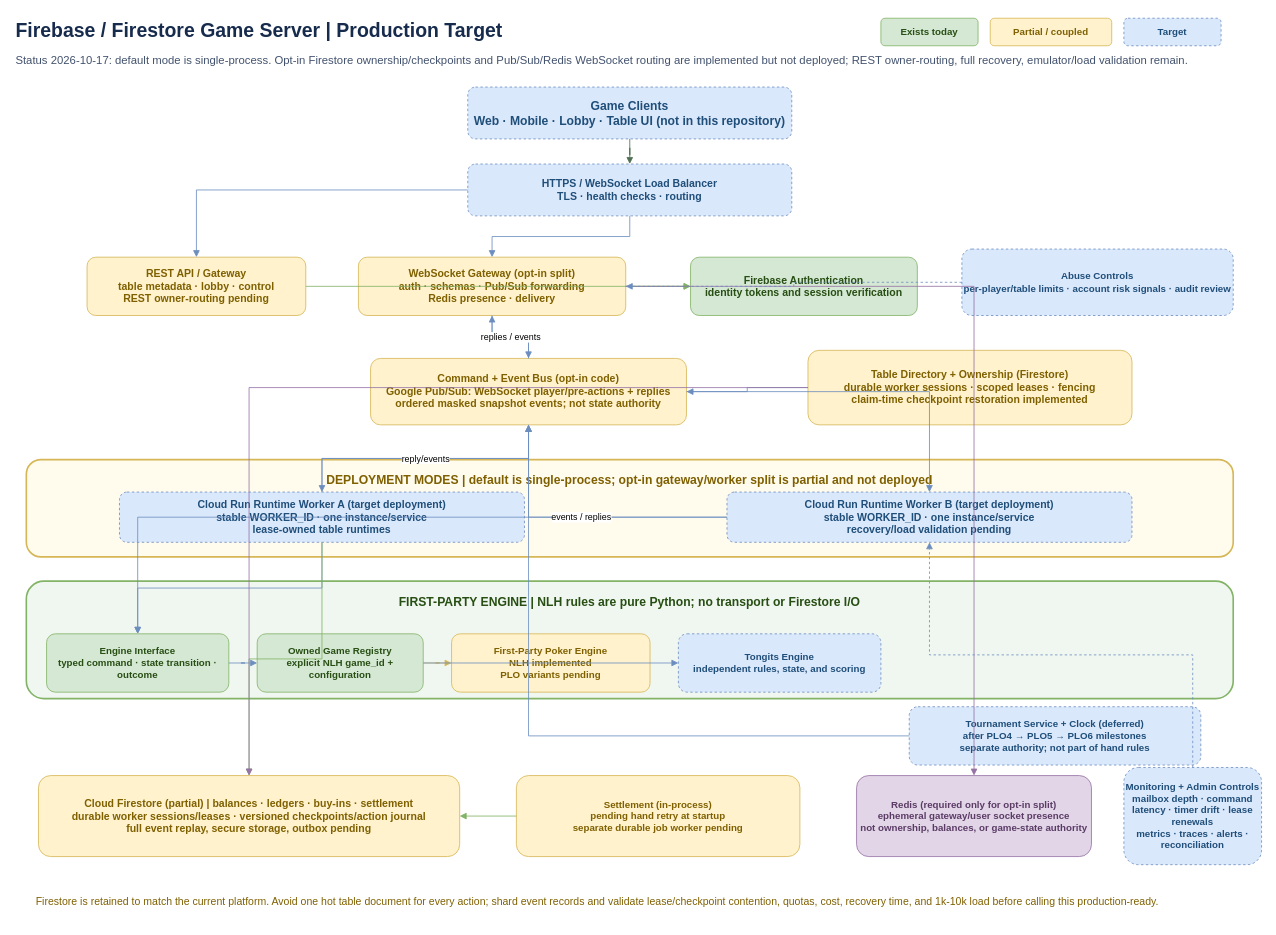
jaspervborcena/cowboysphpokerbackend keeps this draw.io diagram as page "Firebase Production Target" (1 of 2) of GAME_SERVER_FIREBASE_ARCHITECTURE.drawio. Above is the earlier version. Source tidied: cells renumbered, new cells numbered last; positions are measured from the earlier drawing's top-left corner, leaving out a move shared by most shapes. Both pictures are drawn from the tidied source at 81%, with x=0, y=0 at pixel (14, 14).
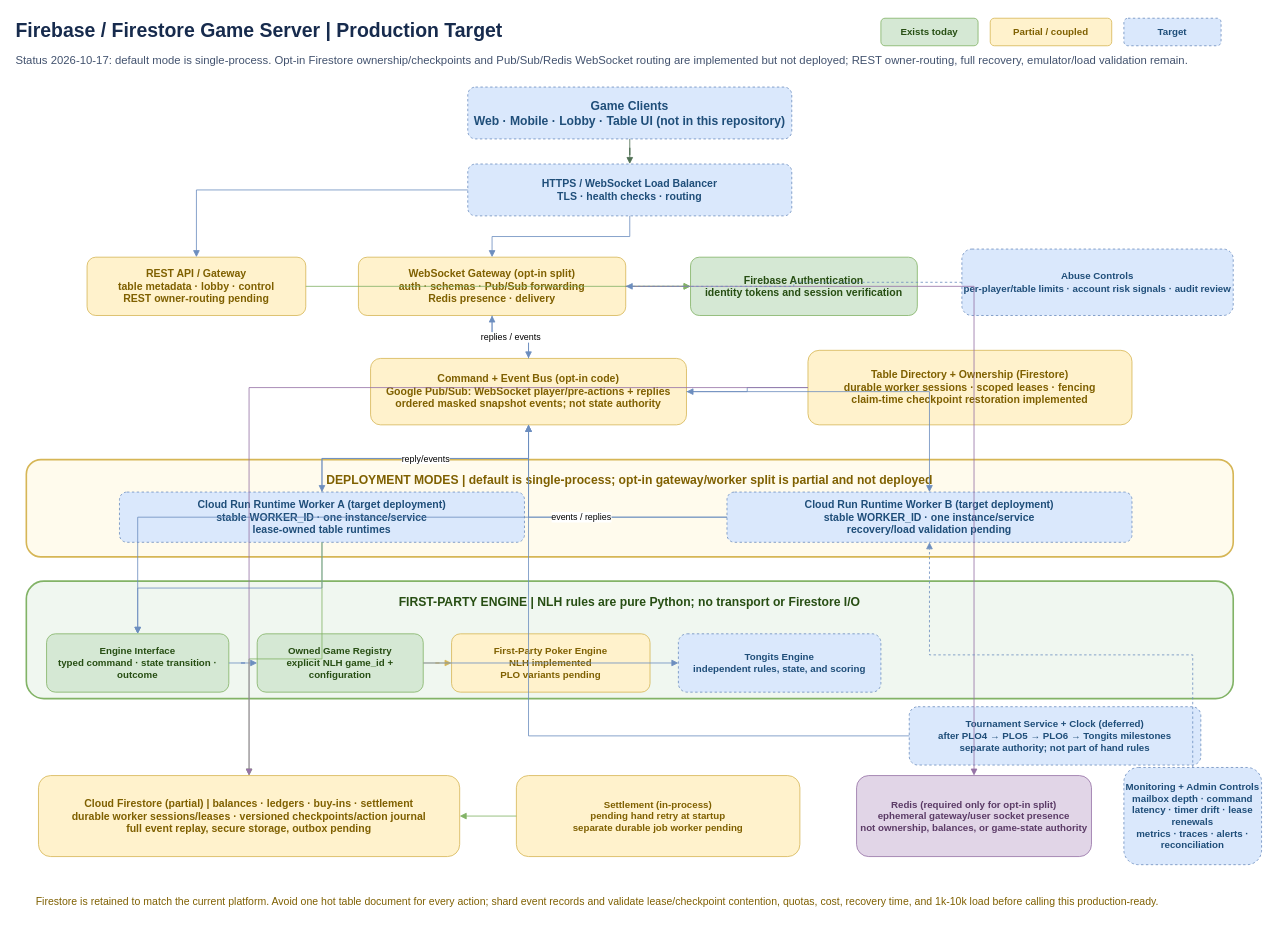
The same page after the edit.

The edit, as a diff of the source:
```diff
@@
-    <mxCell id="23" value="Tournament Service + Clock (deferred)&lt;br&gt;after PLO4 → PLO5 → PLO6 milestones&lt;br&gt;separate authority; not part of hand rules" style="rounded=1;whiteSpace=wrap;html=1;fillColor=#DAE8FC;strokeColor=#6C8EBF;fontColor=#1F4E79;fontSize=12;fontStyle=1;dashed=1;" parent="1" vertex="1">
+    <mxCell id="23" value="Tournament Service + Clock (deferred)&lt;br&gt;after PLO4 → PLO5 → PLO6 → Tongits milestones&lt;br&gt;separate authority; not part of hand rules" style="rounded=1;whiteSpace=wrap;html=1;fillColor=#DAE8FC;strokeColor=#6C8EBF;fontColor=#1F4E79;fontSize=12;fontStyle=1;dashed=1;" parent="1" vertex="1">
       <mxGeometry x="1105" y="855" width="360" height="72" as="geometry" />
     </mxCell>
```
